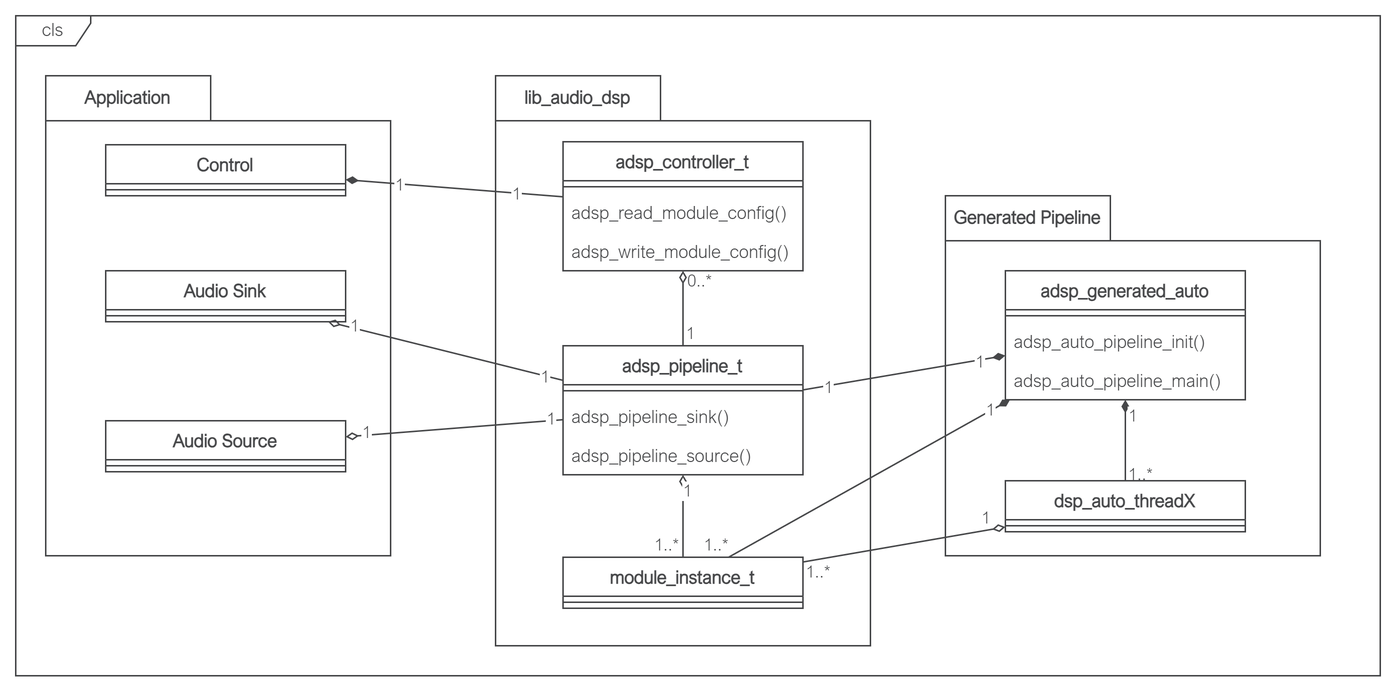
This is doc/design_guide/dsp_class.drawio.png from xmos/lib_audio_dsp, a draw.io export, as it was before one commit. Source tidied: cells renumbered, new cells last; positions are measured from the earlier drawing's top-left corner, leaving out a move shared by most shapes.
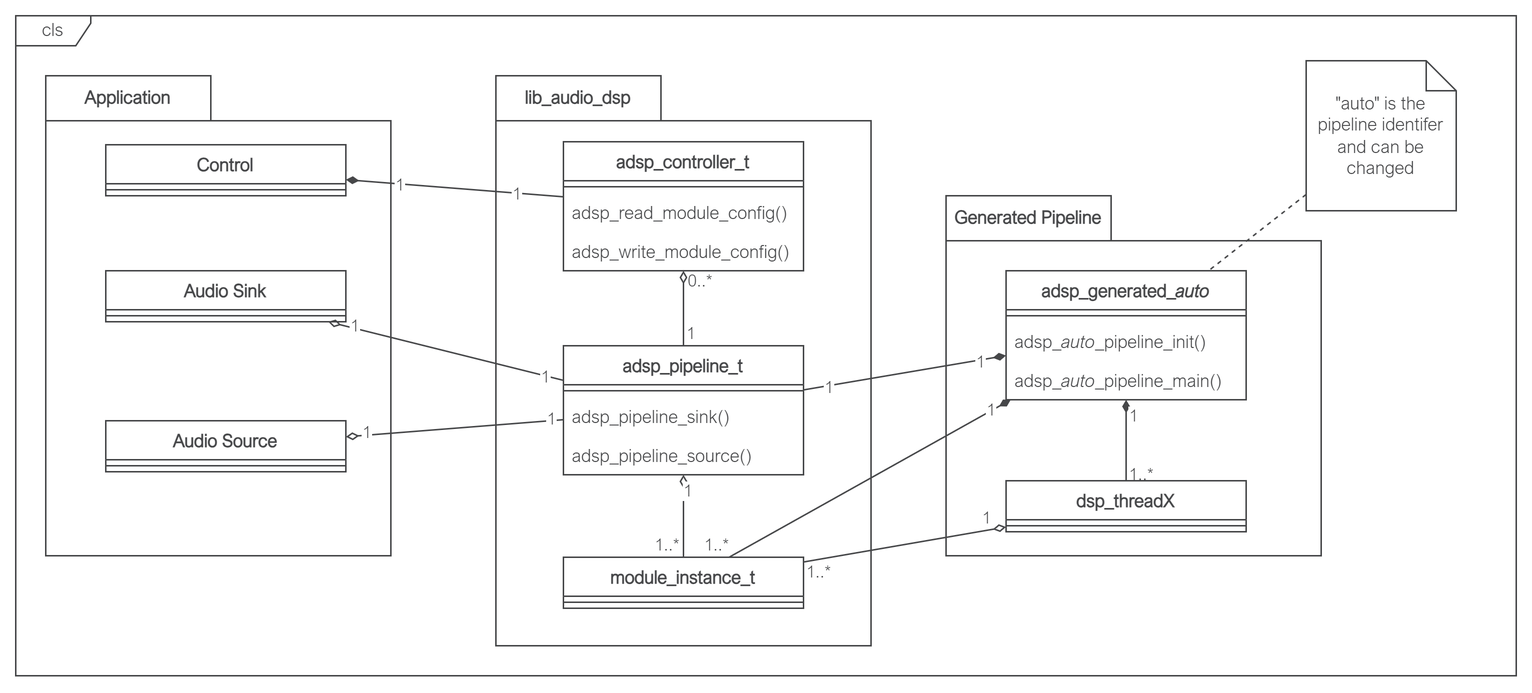
Later version of the same file.

The edit, as a diff of the source:
```diff
@@ -3,7 +3,7 @@
     <mxCell id="0" />
     <mxCell id="1" parent="0" />
     <mxCell id="2" value="cls" style="shape=umlFrame;whiteSpace=wrap;html=1;width=50;strokeColor=#464749;fontFamily=Arial Nova Light;fontColor=#464749;fillColor=#FFFFFF;height=20;" parent="1" vertex="1">
-      <mxGeometry width="910" height="440" as="geometry" />
+      <mxGeometry width="1000" height="440" as="geometry" />
     </mxCell>
     <mxCell id="3" value="Generated Pipeline" style="shape=folder;fontStyle=1;tabWidth=110;tabHeight=30;tabPosition=left;html=1;boundedLbl=1;labelInHeader=1;whiteSpace=wrap;strokeColor=#464749;fontFamily=Arial Nova Light;fontColor=#464749;fillColor=#FFFFFF;" parent="2" vertex="1">
       <mxGeometry x="620" y="120" width="250" height="240" as="geometry" />
@@ -21,19 +21,19 @@
         <mxPoint x="10" as="offset" />
       </mxGeometry>
     </mxCell>
-    <mxCell id="7" value="adsp_generated_auto" style="swimlane;fontStyle=1;align=center;verticalAlign=top;horizontal=1;startSize=26;whiteSpace=wrap;html=1;strokeColor=#464749;fontFamily=Arial Nova Light;fontColor=#464749;fillColor=#FFFFFF;" parent="3" vertex="1">
+    <mxCell id="7" value="adsp_generated_&lt;i&gt;auto&lt;/i&gt;" style="swimlane;fontStyle=1;align=center;verticalAlign=top;horizontal=1;startSize=26;whiteSpace=wrap;html=1;strokeColor=#464749;fontFamily=Arial Nova Light;fontColor=#464749;fillColor=#FFFFFF;" parent="3" vertex="1">
       <mxGeometry x="40" y="50" width="160" height="86" as="geometry" />
     </mxCell>
     <mxCell id="8" style="line;strokeWidth=1;fillColor=none;align=left;verticalAlign=middle;spacingTop=-1;spacingLeft=3;spacingRight=3;labelPosition=right;strokeColor=inherit;fontFamily=Arial Nova Light;fontColor=#464749;" parent="7" vertex="1">
       <mxGeometry y="26" width="160" height="8" as="geometry" />
     </mxCell>
-    <mxCell id="9" value="adsp_auto_pipeline_init()" style="text;strokeColor=none;fillColor=none;align=left;verticalAlign=top;spacingLeft=4;spacingRight=4;overflow=hidden;whiteSpace=wrap;html=1;fontFamily=Arial Nova Light;fontColor=#464749;" parent="7" vertex="1">
+    <mxCell id="9" value="adsp_&lt;i&gt;auto&lt;/i&gt;_pipeline_init()" style="text;strokeColor=none;fillColor=none;align=left;verticalAlign=top;spacingLeft=4;spacingRight=4;overflow=hidden;whiteSpace=wrap;html=1;fontFamily=Arial Nova Light;fontColor=#464749;" parent="7" vertex="1">
       <mxGeometry y="34" width="160" height="26" as="geometry" />
     </mxCell>
-    <mxCell id="10" value="adsp_auto_pipeline_main()" style="text;strokeColor=none;fillColor=none;align=left;verticalAlign=top;spacingLeft=4;spacingRight=4;overflow=hidden;whiteSpace=wrap;html=1;fontFamily=Arial Nova Light;fontColor=#464749;" parent="7" vertex="1">
+    <mxCell id="10" value="adsp_&lt;i&gt;auto&lt;/i&gt;_pipeline_main()" style="text;strokeColor=none;fillColor=none;align=left;verticalAlign=top;spacingLeft=4;spacingRight=4;overflow=hidden;whiteSpace=wrap;html=1;fontFamily=Arial Nova Light;fontColor=#464749;" parent="7" vertex="1">
       <mxGeometry y="60" width="160" height="26" as="geometry" />
     </mxCell>
-    <mxCell id="11" value="dsp_auto_threadX" style="swimlane;fontStyle=1;align=center;verticalAlign=top;horizontal=1;startSize=26;whiteSpace=wrap;html=1;strokeColor=#464749;fontFamily=Arial Nova Light;fontColor=#464749;fillColor=#FFFFFF;" parent="3" vertex="1">
+    <mxCell id="11" value="dsp_threadX" style="swimlane;fontStyle=1;align=center;verticalAlign=top;horizontal=1;startSize=26;whiteSpace=wrap;html=1;strokeColor=#464749;fontFamily=Arial Nova Light;fontColor=#464749;fillColor=#FFFFFF;" parent="3" vertex="1">
       <mxGeometry x="40" y="190" width="160" height="34" as="geometry" />
     </mxCell>
     <mxCell id="12" style="line;strokeWidth=1;fillColor=none;align=left;verticalAlign=middle;spacingTop=-1;spacingLeft=3;spacingRight=3;labelPosition=right;strokeColor=inherit;fontFamily=Arial Nova Light;fontColor=#464749;" parent="11" vertex="1">
@@ -181,5 +181,11 @@
         <mxPoint x="-4" y="-8" as="offset" />
       </mxGeometry>
     </mxCell>
+    <mxCell id="55" style="edgeStyle=none;html=1;strokeColor=#464749;fontFamily=Arial Nova Light;fontColor=#464749;fillColor=#FFFFFF;endArrow=none;endFill=0;dashed=1;" parent="2" edge="1" source="56" target="7">
+      <mxGeometry relative="1" as="geometry" />
+    </mxCell>
+    <mxCell id="56" value="&quot;auto&quot; is the pipeline identifer and can be changed" style="shape=note;size=20;whiteSpace=wrap;html=1;strokeColor=#464749;fontFamily=Arial Nova Light;fontColor=#464749;fillColor=#FFFFFF;" parent="2" vertex="1">
+      <mxGeometry x="860" y="30" width="100" height="100" as="geometry" />
+    </mxCell>
   </root>
 </mxGraphModel>
```
